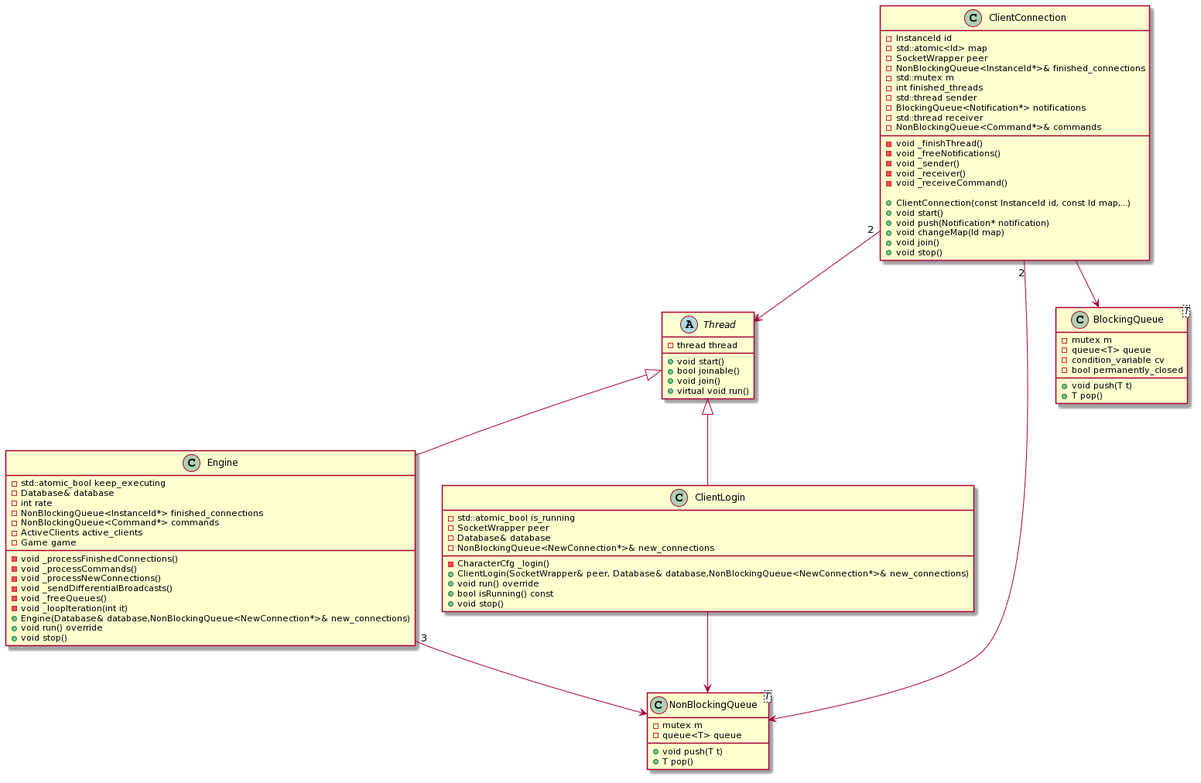
This is docs/assets/reference_manual/server/threads.png from mauro7x/argentum, a PlantUML export, as it was before one commit. Its diagram source:
```plantuml
@startuml
abstract class Thread {
-thread thread

+void start()
+bool joinable()
+void join()
+virtual void run()
}

class Engine {
-std::atomic_bool keep_executing
-Database& database
-int rate
-NonBlockingQueue<InstanceId*> finished_connections
-NonBlockingQueue<Command*> commands
-ActiveClients active_clients
-Game game

-void _processFinishedConnections()
-void _processCommands()
-void _processNewConnections()
-void _sendDifferentialBroadcasts()
-void _freeQueues()
-void _loopIteration(int it)
+Engine(Database& database,NonBlockingQueue<NewConnection*>& new_connections)
+void run() override
+void stop()
}

class ClientLogin{
-std::atomic_bool is_running
-SocketWrapper peer
-Database& database
-NonBlockingQueue<NewConnection*>& new_connections

-CharacterCfg _login()
+ClientLogin(SocketWrapper& peer, Database& database,NonBlockingQueue<NewConnection*>& new_connections)
+void run() override
+bool isRunning() const
+void stop()
}

class ClientConnection {
-InstanceId id
-std::atomic<Id> map
-SocketWrapper peer
-NonBlockingQueue<InstanceId*>& finished_connections
-std::mutex m
-int finished_threads
-std::thread sender
-BlockingQueue<Notification*> notifications
-std::thread receiver
-NonBlockingQueue<Command*>& commands

-void _finishThread()
-void _freeNotifications()
-void _sender()
-void _receiver()
-void _receiveCommand()

+ClientConnection(const InstanceId id, const Id map,...)
+void start()
+void push(Notification* notification)
+void changeMap(Id map)
+void join()
+void stop()
}

class NonBlockingQueue<T> {
-mutex m
-queue<T> queue

+void push(T t)
+T pop()
}

class BlockingQueue<T> {
-mutex m
-queue<T> queue
-condition_variable cv
-bool permanently_closed

+void push(T t)
+T pop()
}

Thread <|-- Engine
Thread <|-- ClientLogin
ClientConnection "2" --> Thread
ClientConnection "2" --> NonBlockingQueue
ClientConnection --> BlockingQueue
ClientLogin --> NonBlockingQueue
Engine "3" --> NonBlockingQueue
@enduml
```
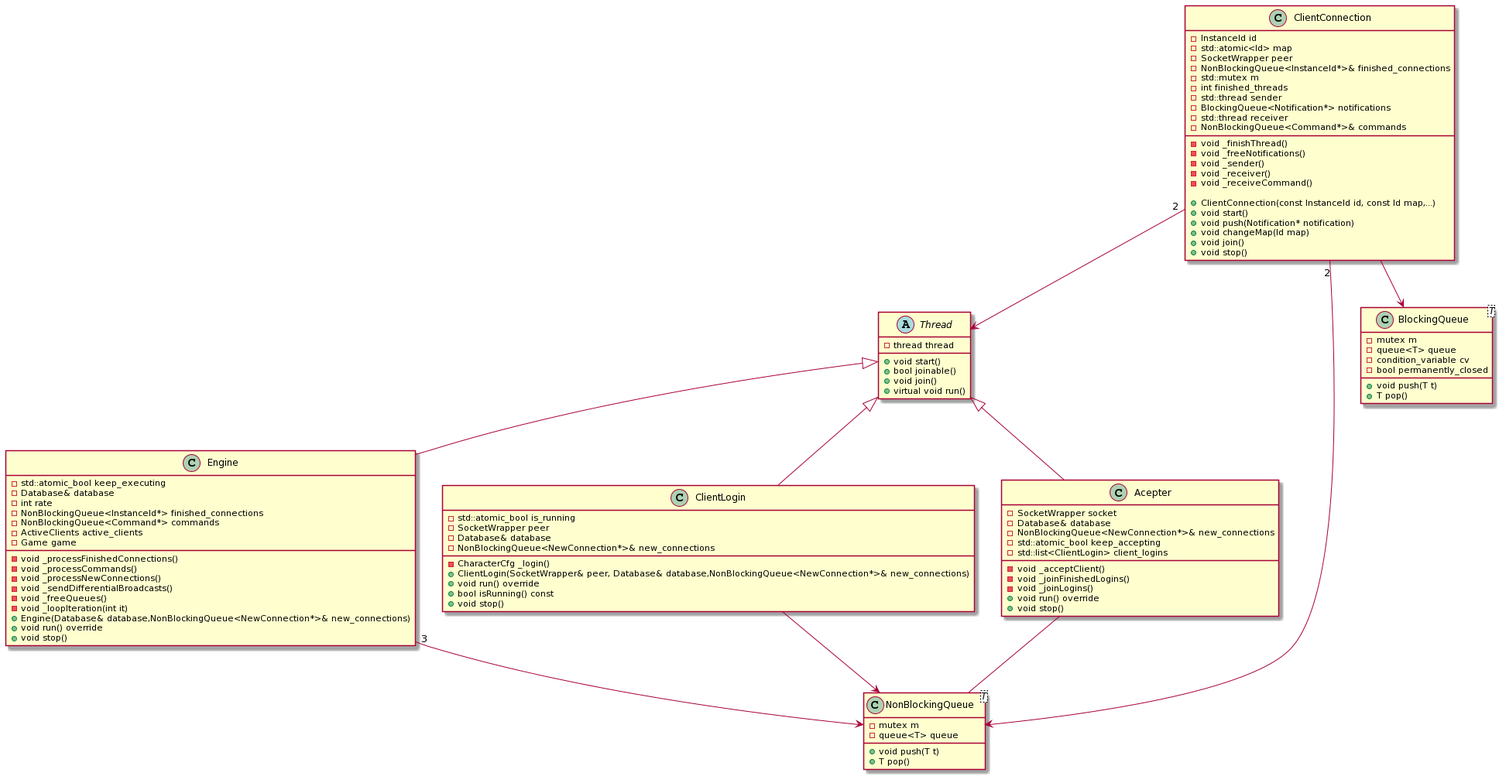
The same file after the commit.

Commit message:
agrego una clase faltante del grafico

Diff of the diagram source:
```diff
@@ -67,6 +67,20 @@
 +void stop()
 }
 
+class Acepter{
+-SocketWrapper socket
+-Database& database
+-NonBlockingQueue<NewConnection*>& new_connections
+-std::atomic_bool keep_accepting
+-std::list<ClientLogin> client_logins
+
+-void _acceptClient()
+-void _joinFinishedLogins()
+-void _joinLogins()
++void run() override
++void stop()
+}
+
 class NonBlockingQueue<T> {
 -mutex m
 -queue<T> queue
@@ -87,9 +101,11 @@
 
 Thread <|-- Engine
 Thread <|-- ClientLogin
+Thread <|-- Acepter
 ClientConnection "2" --> Thread
 ClientConnection "2" --> NonBlockingQueue
 ClientConnection --> BlockingQueue
 ClientLogin --> NonBlockingQueue
 Engine "3" --> NonBlockingQueue
+Acepter -- NonBlockingQueue
 @enduml
```
